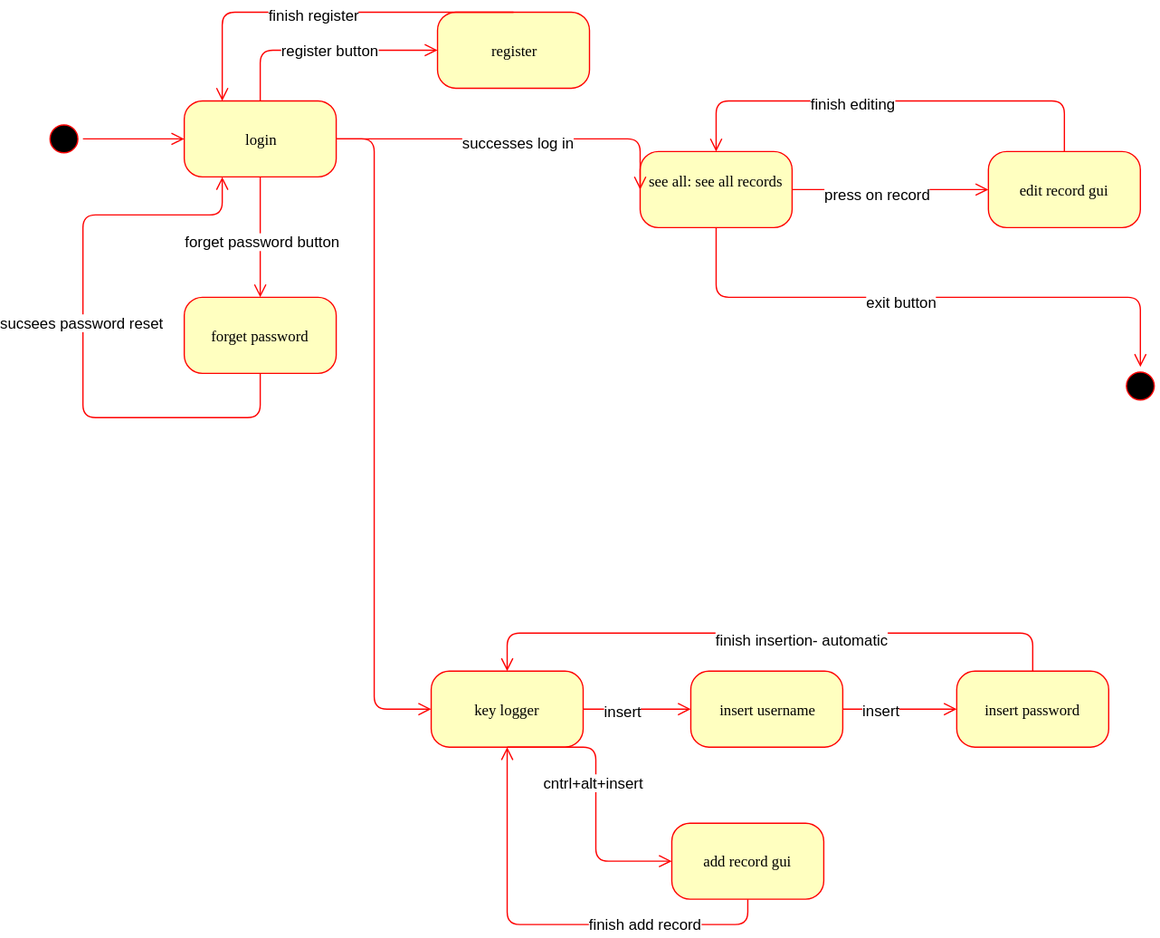
Earlier version of the draw.io export Documents/client state machine.svg (adibl/password_saver). Source tidied: cells renumbered, new cells last; positions are measured from the earlier drawing's top-left corner, leaving out a move shared by most shapes.
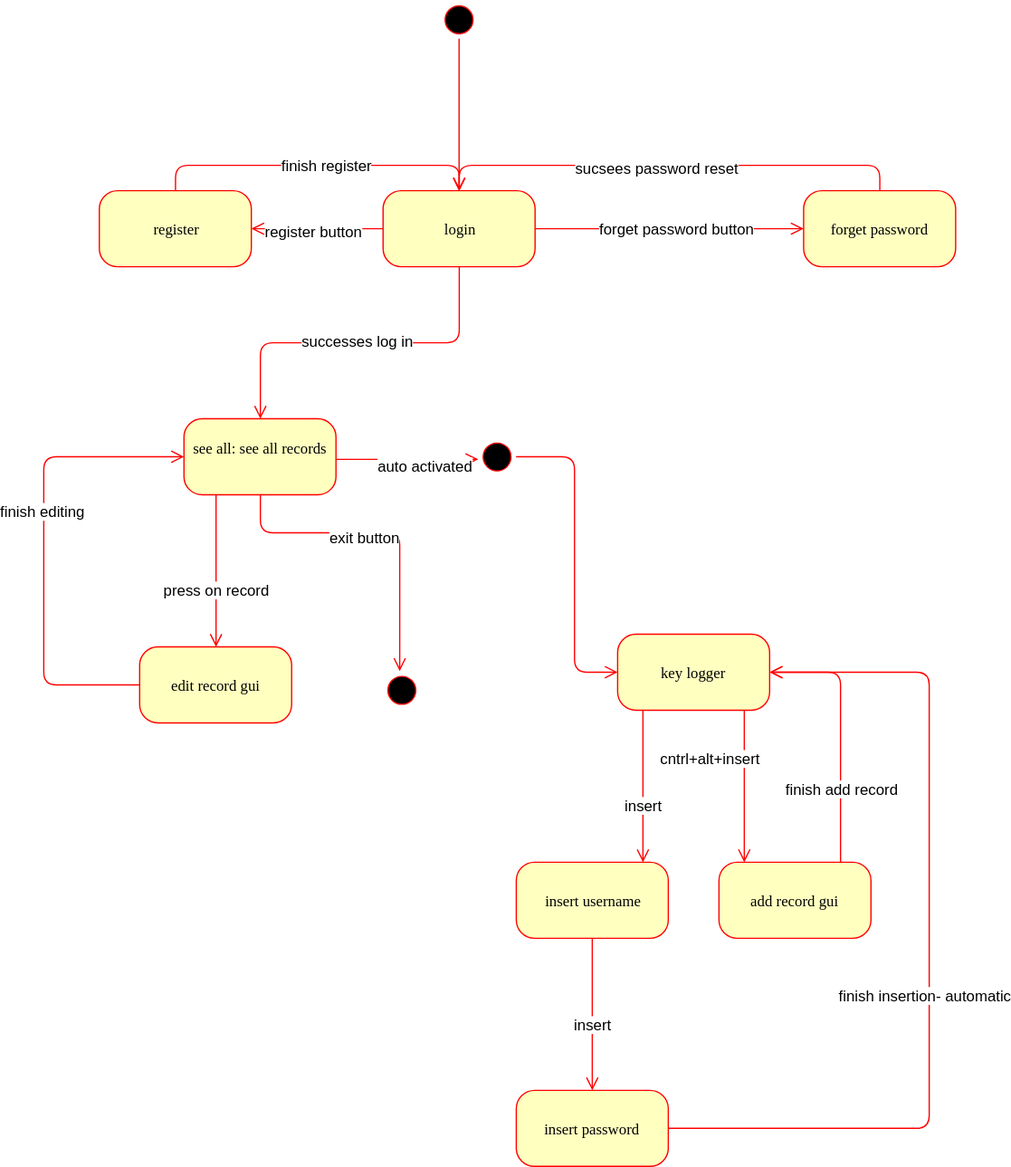
Later version of the same file.

Commit message:
flip client SM diagram

The edit, as a diff of the source:
```diff
@@ -3,55 +3,48 @@
     <mxCell id="0" />
     <mxCell id="1" parent="0" />
     <mxCell id="2" value="v" style="ellipse;html=1;shape=startState;fillColor=#000000;strokeColor=#ff0000;rounded=1;shadow=0;comic=0;labelBackgroundColor=none;fontFamily=Verdana;fontSize=12;fontColor=#000000;align=center;direction=south;" parent="1" vertex="1">
-      <mxGeometry y="85" width="30" height="30" as="geometry" />
+      <mxGeometry x="222.9" y="-20" width="30" height="30" as="geometry" />
     </mxCell>
     <mxCell id="3" value="login" style="rounded=1;whiteSpace=wrap;html=1;arcSize=24;fillColor=#ffffc0;strokeColor=#ff0000;shadow=0;comic=0;labelBackgroundColor=none;fontFamily=Verdana;fontSize=12;fontColor=#000000;align=center;" parent="1" vertex="1">
-      <mxGeometry x="110" y="70" width="120" height="60" as="geometry" />
+      <mxGeometry x="177.9" y="130" width="120" height="60" as="geometry" />
     </mxCell>
     <mxCell id="4" value="forget password" style="rounded=1;whiteSpace=wrap;html=1;arcSize=24;fillColor=#ffffc0;strokeColor=#ff0000;shadow=0;comic=0;labelBackgroundColor=none;fontFamily=Verdana;fontSize=12;fontColor=#000000;align=center;" parent="1" vertex="1">
-      <mxGeometry x="110" y="225" width="120" height="60" as="geometry" />
+      <mxGeometry x="509.9" y="130" width="120" height="60" as="geometry" />
     </mxCell>
     <mxCell id="5" value="register" style="rounded=1;whiteSpace=wrap;html=1;arcSize=24;fillColor=#ffffc0;strokeColor=#ff0000;shadow=0;comic=0;labelBackgroundColor=none;fontFamily=Verdana;fontSize=12;fontColor=#000000;align=center;" parent="1" vertex="1">
-      <mxGeometry x="310" width="120" height="60" as="geometry" />
+      <mxGeometry x="-46.1" y="130" width="120" height="60" as="geometry" />
     </mxCell>
     <mxCell id="6" value="see all: see all records" style="rounded=1;whiteSpace=wrap;html=1;arcSize=24;fillColor=#ffffc0;strokeColor=#ff0000;shadow=0;comic=0;labelBackgroundColor=none;fontFamily=Verdana;fontSize=12;fontColor=#000000;align=center;" parent="1" vertex="1">
-      <mxGeometry x="470" y="110" width="120" height="60" as="geometry" />
+      <mxGeometry x="20.7" y="310" width="120" height="60" as="geometry" />
     </mxCell>
     <mxCell id="7" value="edit record gui" style="rounded=1;whiteSpace=wrap;html=1;arcSize=24;fillColor=#ffffc0;strokeColor=#ff0000;shadow=0;comic=0;labelBackgroundColor=none;fontFamily=Verdana;fontSize=12;fontColor=#000000;align=center;" parent="1" vertex="1">
-      <mxGeometry x="745" y="110" width="120" height="60" as="geometry" />
+      <mxGeometry x="-14.3" y="490" width="120" height="60" as="geometry" />
     </mxCell>
     <mxCell id="8" style="edgeStyle=orthogonalEdgeStyle;html=1;labelBackgroundColor=none;endArrow=open;endSize=8;strokeColor=#ff0000;fontFamily=Verdana;fontSize=12;align=left;" parent="1" edge="1" source="2" target="3">
       <mxGeometry relative="1" as="geometry" />
     </mxCell>
-    <mxCell id="9" style="edgeStyle=orthogonalEdgeStyle;html=1;labelBackgroundColor=none;endArrow=open;endSize=8;strokeColor=#ff0000;fontFamily=Verdana;fontSize=12;align=left;entryX=0;entryY=0.5;exitX=1;exitY=0.5;exitDx=0;exitDy=0;" parent="1" edge="1" source="3" target="6">
-      <mxGeometry relative="1" as="geometry">
-        <Array as="points">
-          <mxPoint x="470" y="100" />
-        </Array>
-      </mxGeometry>
+    <mxCell id="9" style="edgeStyle=orthogonalEdgeStyle;html=1;labelBackgroundColor=none;endArrow=open;endSize=8;strokeColor=#ff0000;fontFamily=Verdana;fontSize=12;align=left;exitX=0.5;exitY=1;exitDx=0;exitDy=0;" parent="1" edge="1" source="3" target="6">
+      <mxGeometry relative="1" as="geometry" />
     </mxCell>
     <mxCell id="10" value="successes log in" style="text;html=1;align=center;verticalAlign=middle;labelBackgroundColor=#ffffff;" parent="9" vertex="1">
       <mxGeometry x="0.02" y="-2" relative="1" as="geometry" />
     </mxCell>
-    <mxCell id="11" style="edgeStyle=elbowEdgeStyle;html=1;labelBackgroundColor=none;endArrow=open;endSize=8;strokeColor=#ff0000;fontFamily=Verdana;fontSize=12;align=left;entryX=0;entryY=0.5;entryDx=0;entryDy=0;exitX=1;exitY=0.5;exitDx=0;exitDy=0;" parent="1" edge="1" source="3" target="18">
-      <mxGeometry relative="1" as="geometry">
-        <Array as="points">
-          <mxPoint x="260" y="320" />
-        </Array>
-      </mxGeometry>
-    </mxCell>
-    <mxCell id="12" style="edgeStyle=elbowEdgeStyle;html=1;labelBackgroundColor=none;endArrow=open;endSize=8;strokeColor=#ff0000;fontFamily=Verdana;fontSize=12;align=left;exitX=0.5;exitY=0;exitDx=0;exitDy=0;entryX=0.5;entryY=0;entryDx=0;entryDy=0;" parent="1" edge="1" source="7" target="6">
+    <mxCell id="12" style="edgeStyle=elbowEdgeStyle;html=1;labelBackgroundColor=none;endArrow=open;endSize=8;strokeColor=#ff0000;fontFamily=Verdana;fontSize=12;align=left;" parent="1" edge="1" source="7" target="6">
       <mxGeometry relative="1" as="geometry">
         <Array as="points">
-          <mxPoint x="630" y="70" />
+          <mxPoint x="-90" y="430" />
         </Array>
       </mxGeometry>
     </mxCell>
-    <mxCell id="13" value="finish editing" style="text;html=1;align=center;verticalAlign=middle;labelBackgroundColor=#ffffff;" parent="12" vertex="1">
+    <mxCell id="13" value="finish editing" style="text;html=1;align=center;verticalAlign=middle;labelBackgroundColor=#ffffff;labelPosition=center;verticalLabelPosition=middle;" parent="12" vertex="1">
       <mxGeometry x="0.16" y="1" relative="1" as="geometry" />
     </mxCell>
-    <mxCell id="14" style="edgeStyle=elbowEdgeStyle;html=1;labelBackgroundColor=none;endArrow=open;endSize=8;strokeColor=#ff0000;fontFamily=Verdana;fontSize=12;align=left;exitX=1;exitY=0.5;exitDx=0;exitDy=0;entryX=0;entryY=0.5;entryDx=0;entryDy=0;" parent="1" edge="1" source="6" target="7">
-      <mxGeometry relative="1" as="geometry" />
+    <mxCell id="14" style="edgeStyle=elbowEdgeStyle;html=1;labelBackgroundColor=none;endArrow=open;endSize=8;strokeColor=#ff0000;fontFamily=Verdana;fontSize=12;align=left;" parent="1" edge="1" source="6" target="7">
+      <mxGeometry relative="1" as="geometry">
+        <Array as="points">
+          <mxPoint x="46" y="430" />
+        </Array>
+      </mxGeometry>
     </mxCell>
     <mxCell id="15" value="press on record" style="text;html=1;align=center;verticalAlign=middle;labelBackgroundColor=#ffffff;" parent="14" vertex="1">
       <mxGeometry y="11" relative="1" as="geometry">
@@ -67,17 +60,13 @@
       </mxGeometry>
     </mxCell>
     <mxCell id="18" value="key logger" style="rounded=1;whiteSpace=wrap;html=1;arcSize=24;fillColor=#ffffc0;strokeColor=#ff0000;shadow=0;comic=0;labelBackgroundColor=none;fontFamily=Verdana;fontSize=12;fontColor=#000000;align=center;" parent="1" vertex="1">
-      <mxGeometry x="305" y="520" width="120" height="60" as="geometry" />
+      <mxGeometry x="363" y="480" width="120" height="60" as="geometry" />
     </mxCell>
     <mxCell id="19" value="add record gui" style="rounded=1;whiteSpace=wrap;html=1;arcSize=24;fillColor=#ffffc0;strokeColor=#ff0000;shadow=0;comic=0;labelBackgroundColor=none;fontFamily=Verdana;fontSize=12;fontColor=#000000;align=center;" parent="1" vertex="1">
-      <mxGeometry x="495" y="640" width="120" height="60" as="geometry" />
+      <mxGeometry x="443" y="660" width="120" height="60" as="geometry" />
     </mxCell>
     <mxCell id="20" style="edgeStyle=elbowEdgeStyle;html=1;labelBackgroundColor=none;endArrow=open;endSize=8;strokeColor=#ff0000;fontFamily=Verdana;fontSize=12;align=left;" parent="1" edge="1" source="22" target="25">
-      <mxGeometry relative="1" as="geometry">
-        <Array as="points">
-          <mxPoint x="640" y="550" />
-        </Array>
-      </mxGeometry>
+      <mxGeometry relative="1" as="geometry" />
     </mxCell>
     <mxCell id="21" value="insert" style="text;html=1;align=center;verticalAlign=middle;labelBackgroundColor=#ffffff;" parent="20" vertex="1">
       <mxGeometry x="-0.08" y="12" relative="1" as="geometry">
@@ -85,12 +74,13 @@
       </mxGeometry>
     </mxCell>
     <mxCell id="22" value="insert username" style="rounded=1;whiteSpace=wrap;html=1;arcSize=24;fillColor=#ffffc0;strokeColor=#ff0000;shadow=0;comic=0;labelBackgroundColor=none;fontFamily=Verdana;fontSize=12;fontColor=#000000;align=center;" parent="1" vertex="1">
-      <mxGeometry x="510" y="520" width="120" height="60" as="geometry" />
+      <mxGeometry x="283" y="660" width="120" height="60" as="geometry" />
     </mxCell>
-    <mxCell id="23" style="edgeStyle=elbowEdgeStyle;html=1;labelBackgroundColor=none;endArrow=open;endSize=8;strokeColor=#ff0000;fontFamily=Verdana;fontSize=12;align=left;entryX=0.5;entryY=0;entryDx=0;entryDy=0;" parent="1" edge="1" source="25" target="18">
+    <mxCell id="23" style="edgeStyle=elbowEdgeStyle;html=1;labelBackgroundColor=none;endArrow=open;endSize=8;strokeColor=#ff0000;fontFamily=Verdana;fontSize=12;align=left;" parent="1" edge="1" source="25" target="18">
       <mxGeometry relative="1" as="geometry">
         <Array as="points">
-          <mxPoint x="615" y="490" />
+          <mxPoint x="609" y="640" />
+          <mxPoint x="586" y="690" />
         </Array>
       </mxGeometry>
     </mxCell>
@@ -98,85 +88,93 @@
       <mxGeometry x="-0.1" y="4" relative="1" as="geometry" />
     </mxCell>
     <mxCell id="25" value="insert password" style="rounded=1;whiteSpace=wrap;html=1;arcSize=24;fillColor=#ffffc0;strokeColor=#ff0000;shadow=0;comic=0;labelBackgroundColor=none;fontFamily=Verdana;fontSize=12;fontColor=#000000;align=center;" parent="1" vertex="1">
-      <mxGeometry x="720" y="520" width="120" height="60" as="geometry" />
+      <mxGeometry x="283" y="840" width="120" height="60" as="geometry" />
     </mxCell>
-    <mxCell id="26" style="edgeStyle=elbowEdgeStyle;html=1;labelBackgroundColor=none;endArrow=open;endSize=8;strokeColor=#ff0000;fontFamily=Verdana;fontSize=12;align=left;exitX=0.5;exitY=1;exitDx=0;exitDy=0;" parent="1" edge="1" source="18" target="19">
-      <mxGeometry relative="1" as="geometry">
-        <Array as="points">
-          <mxPoint x="435" y="620" />
-        </Array>
-      </mxGeometry>
+    <mxCell id="26" style="edgeStyle=elbowEdgeStyle;html=1;labelBackgroundColor=none;endArrow=open;endSize=8;strokeColor=#ff0000;fontFamily=Verdana;fontSize=12;align=left;" parent="1" edge="1" source="18" target="19">
+      <mxGeometry relative="1" as="geometry" />
     </mxCell>
     <mxCell id="27" value="cntrl+alt+insert" style="text;html=1;align=center;verticalAlign=middle;labelBackgroundColor=#ffffff;" parent="26" vertex="1">
       <mxGeometry x="-0.38" y="-27" relative="1" as="geometry" />
     </mxCell>
-    <mxCell id="28" style="edgeStyle=elbowEdgeStyle;html=1;labelBackgroundColor=none;endArrow=open;endSize=8;strokeColor=#ff0000;fontFamily=Verdana;fontSize=12;align=left;exitX=0.5;exitY=1;exitDx=0;exitDy=0;entryX=0.5;entryY=1;entryDx=0;entryDy=0;" parent="1" edge="1" source="19" target="18">
+    <mxCell id="28" style="edgeStyle=elbowEdgeStyle;html=1;labelBackgroundColor=none;endArrow=open;endSize=8;strokeColor=#ff0000;fontFamily=Verdana;fontSize=12;align=left;" parent="1" edge="1" source="19" target="18">
       <mxGeometry relative="1" as="geometry">
         <Array as="points">
-          <mxPoint x="405" y="720" />
+          <mxPoint x="539" y="580" />
+          <mxPoint x="529" y="580" />
+          <mxPoint x="549" y="600" />
         </Array>
       </mxGeometry>
     </mxCell>
     <mxCell id="29" value="finish add record" style="text;html=1;align=center;verticalAlign=middle;labelBackgroundColor=#ffffff;" parent="28" vertex="1">
       <mxGeometry x="-0.42" y="-1" relative="1" as="geometry" />
     </mxCell>
-    <mxCell id="30" style="edgeStyle=orthogonalEdgeStyle;html=1;labelBackgroundColor=none;endArrow=open;endSize=8;strokeColor=#ff0000;fontFamily=Verdana;fontSize=12;align=left;exitX=0.5;exitY=1;exitDx=0;exitDy=0;" parent="1" edge="1" source="6" target="32">
+    <mxCell id="30" style="edgeStyle=orthogonalEdgeStyle;html=1;labelBackgroundColor=none;endArrow=open;endSize=8;strokeColor=#ff0000;fontFamily=Verdana;fontSize=12;align=left;" parent="1" edge="1" source="6" target="32">
       <mxGeometry relative="1" as="geometry">
         <Array as="points">
-          <mxPoint x="530" y="225" />
-          <mxPoint x="865" y="225" />
+          <mxPoint x="81" y="400" />
+          <mxPoint x="191" y="400" />
         </Array>
       </mxGeometry>
     </mxCell>
-    <mxCell id="31" value="exit button" style="text;html=1;align=center;verticalAlign=middle;labelBackgroundColor=#ffffff;" parent="30" vertex="1">
+    <mxCell id="31" value="exit button" style="text;html=1;align=center;verticalAlign=middle;labelBackgroundColor=#ffffff;labelPosition=center;verticalLabelPosition=middle;" parent="30" vertex="1">
       <mxGeometry x="-0.1" y="-3" relative="1" as="geometry" />
     </mxCell>
     <mxCell id="32" value="v" style="ellipse;html=1;shape=startState;fillColor=#000000;strokeColor=#ff0000;rounded=1;shadow=0;comic=0;labelBackgroundColor=none;fontFamily=Verdana;fontSize=12;fontColor=#000000;align=center;direction=south;" parent="1" vertex="1">
-      <mxGeometry x="850" y="280" width="30" height="30" as="geometry" />
+      <mxGeometry x="177.7" y="509" width="30" height="30" as="geometry" />
     </mxCell>
-    <mxCell id="33" style="edgeStyle=orthogonalEdgeStyle;html=1;labelBackgroundColor=none;endArrow=open;endSize=8;strokeColor=#ff0000;fontFamily=Verdana;fontSize=12;align=left;exitX=0.5;exitY=0;exitDx=0;exitDy=0;entryX=0;entryY=0.5;entryDx=0;entryDy=0;" parent="1" edge="1" source="3" target="5">
-      <mxGeometry relative="1" as="geometry">
-        <Array as="points">
-          <mxPoint x="170" y="30" />
-        </Array>
-      </mxGeometry>
+    <mxCell id="33" style="edgeStyle=orthogonalEdgeStyle;html=1;labelBackgroundColor=none;endArrow=open;endSize=8;strokeColor=#ff0000;fontFamily=Verdana;fontSize=12;align=left;" parent="1" edge="1" source="3" target="5">
+      <mxGeometry relative="1" as="geometry" />
     </mxCell>
     <mxCell id="34" value="register button" style="text;html=1;align=center;verticalAlign=middle;labelBackgroundColor=#ffffff;" parent="33" vertex="1">
       <mxGeometry x="0.06" y="1" relative="1" as="geometry" />
     </mxCell>
-    <mxCell id="35" style="edgeStyle=orthogonalEdgeStyle;html=1;labelBackgroundColor=none;endArrow=open;endSize=8;strokeColor=#ff0000;fontFamily=Verdana;fontSize=12;align=left;exitX=0.5;exitY=0;exitDx=0;exitDy=0;entryX=0.25;entryY=0;entryDx=0;entryDy=0;" parent="1" edge="1" source="5" target="3">
+    <mxCell id="35" style="edgeStyle=orthogonalEdgeStyle;html=1;labelBackgroundColor=none;endArrow=open;endSize=8;strokeColor=#ff0000;fontFamily=Verdana;fontSize=12;align=left;" parent="1" edge="1" source="5" target="3">
       <mxGeometry relative="1" as="geometry">
         <Array as="points">
-          <mxPoint x="140" />
+          <mxPoint x="14" y="110" />
+          <mxPoint x="238" y="110" />
         </Array>
       </mxGeometry>
     </mxCell>
     <mxCell id="36" value="finish register" style="text;html=1;align=center;verticalAlign=middle;labelBackgroundColor=#ffffff;" parent="35" vertex="1">
       <mxGeometry x="0.06" y="1" relative="1" as="geometry" />
     </mxCell>
-    <mxCell id="37" style="edgeStyle=orthogonalEdgeStyle;html=1;labelBackgroundColor=none;endArrow=open;endSize=8;strokeColor=#ff0000;fontFamily=Verdana;fontSize=12;align=left;exitX=0.5;exitY=1;exitDx=0;exitDy=0;entryX=0.5;entryY=0;entryDx=0;entryDy=0;" parent="1" edge="1" source="3" target="4">
-      <mxGeometry relative="1" as="geometry">
-        <Array as="points">
-          <mxPoint x="170" y="160" />
-          <mxPoint x="170" y="160" />
-        </Array>
-      </mxGeometry>
+    <mxCell id="37" style="edgeStyle=orthogonalEdgeStyle;html=1;labelBackgroundColor=none;endArrow=open;endSize=8;strokeColor=#ff0000;fontFamily=Verdana;fontSize=12;align=left;" parent="1" edge="1" source="3" target="4">
+      <mxGeometry relative="1" as="geometry" />
     </mxCell>
     <mxCell id="38" value="forget password button" style="text;html=1;align=center;verticalAlign=middle;labelBackgroundColor=#ffffff;" parent="37" vertex="1">
       <mxGeometry x="0.06" y="1" relative="1" as="geometry" />
     </mxCell>
-    <mxCell id="39" style="edgeStyle=orthogonalEdgeStyle;html=1;labelBackgroundColor=none;endArrow=open;endSize=8;strokeColor=#ff0000;fontFamily=Verdana;fontSize=12;align=left;exitX=0.5;exitY=1;exitDx=0;exitDy=0;" parent="1" edge="1" source="4" target="3">
+    <mxCell id="39" style="edgeStyle=orthogonalEdgeStyle;html=1;labelBackgroundColor=none;endArrow=open;endSize=8;strokeColor=#ff0000;fontFamily=Verdana;fontSize=12;align=left;" parent="1" edge="1" source="4" target="3">
       <mxGeometry relative="1" as="geometry">
         <Array as="points">
-          <mxPoint x="170" y="320" />
-          <mxPoint x="30" y="320" />
-          <mxPoint x="30" y="160" />
-          <mxPoint x="140" y="160" />
+          <mxPoint x="570" y="110" />
+          <mxPoint x="238" y="110" />
         </Array>
       </mxGeometry>
     </mxCell>
     <mxCell id="40" value="sucsees password reset" style="text;html=1;align=center;verticalAlign=middle;labelBackgroundColor=#ffffff;" parent="39" vertex="1">
       <mxGeometry x="0.06" y="1" relative="1" as="geometry" />
     </mxCell>
+    <mxCell id="41" value="v" style="ellipse;html=1;shape=startState;fillColor=#000000;strokeColor=#ff0000;rounded=1;shadow=0;comic=0;labelBackgroundColor=none;fontFamily=Verdana;fontSize=12;fontColor=#000000;align=center;direction=south;" parent="1" vertex="1">
+      <mxGeometry x="252.9" y="325" width="30" height="30" as="geometry" />
+    </mxCell>
+    <mxCell id="42" style="edgeStyle=elbowEdgeStyle;html=1;labelBackgroundColor=none;endArrow=open;endSize=8;strokeColor=#ff0000;fontFamily=Verdana;fontSize=12;align=left;" parent="1" edge="1" source="6" target="41">
+      <mxGeometry relative="1" as="geometry">
+        <Array as="points">
+          <mxPoint x="170" y="342" />
+        </Array>
+      </mxGeometry>
+    </mxCell>
+    <mxCell id="43" value="auto activated" style="text;html=1;align=center;verticalAlign=middle;labelBackgroundColor=#ffffff;" parent="42" vertex="1">
+      <mxGeometry x="0.25" y="-4" relative="1" as="geometry" />
+    </mxCell>
+    <mxCell id="44" style="edgeStyle=elbowEdgeStyle;html=1;labelBackgroundColor=none;endArrow=open;endSize=8;strokeColor=#ff0000;fontFamily=Verdana;fontSize=12;align=left;" parent="1" edge="1" source="41" target="18">
+      <mxGeometry relative="1" as="geometry">
+        <Array as="points">
+          <mxPoint x="329" y="510" />
+        </Array>
+      </mxGeometry>
+    </mxCell>
   </root>
 </mxGraphModel>
```
